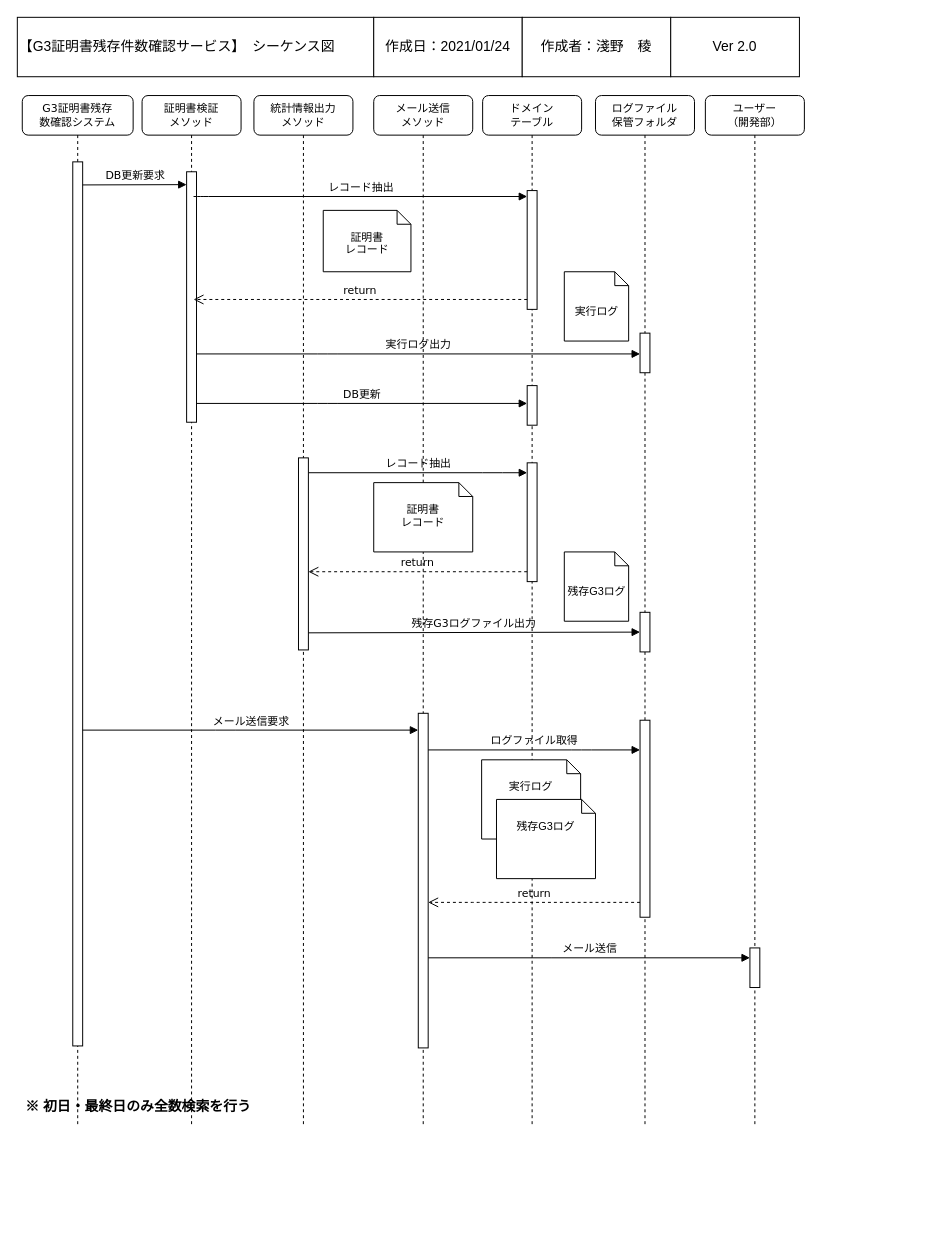
r-asano/kaihatsubuKenshu keeps this draw.io diagram as page "シーケンス図（定期実行）" (1 of 6) of UMLDiagram.drawio. Above is the earlier version. Source tidied: cells renumbered, new cells numbered last; positions are measured from the earlier drawing's top-left corner, leaving out a move shared by most shapes. Both pictures are drawn from the tidied source at 99%, with x=0, y=0 at pixel (17, 17).
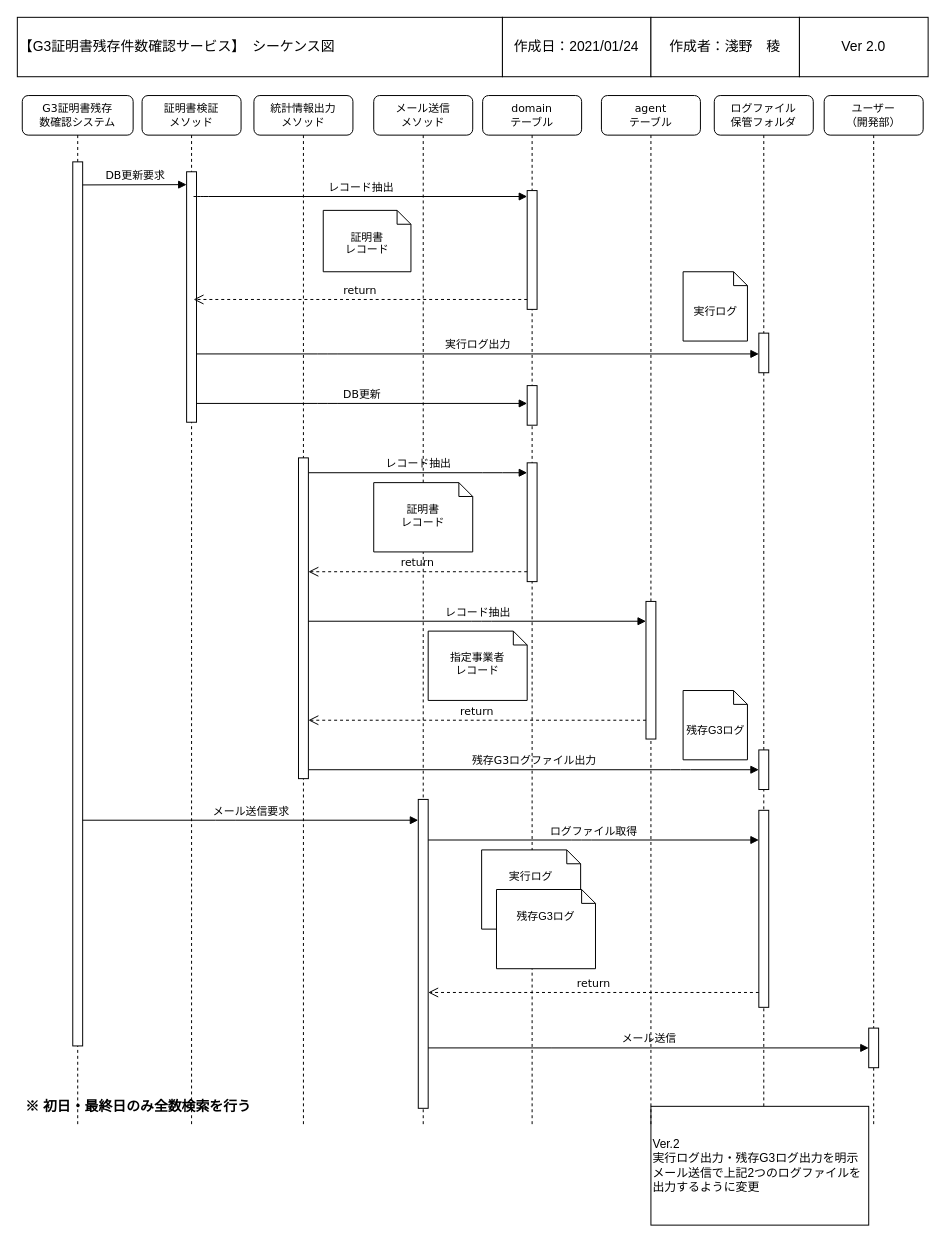
Above is the later version.

Unchanged cells that the change refers to:
```xml
<mxCell id="3" style="html=1;points=[];perimeter=orthogonalPerimeter;rounded=0;shadow=0;comic=0;labelBackgroundColor=none;strokeWidth=1;fontFamily=Verdana;fontSize=11;align=center;" parent="2" vertex="1">
  <mxGeometry x="51" y="67" width="10" height="893" as="geometry" />
</mxCell>
<mxCell id="8" value="&lt;div style=&quot;font-size: 11px&quot;&gt;メール送信&lt;/div&gt;&lt;div style=&quot;font-size: 11px&quot;&gt;メソッド&lt;br style=&quot;font-size: 11px&quot;&gt;&lt;/div&gt;" style="shape=umlLifeline;perimeter=lifelinePerimeter;whiteSpace=wrap;html=1;rounded=1;shadow=0;comic=0;labelBackgroundColor=none;strokeWidth=1;fontFamily=Verdana;fontSize=11;align=center;" parent="1" vertex="1">
  <mxGeometry x="360" y="79" width="100" height="1041" as="geometry" />
</mxCell>
<mxCell id="30" value="&lt;div style=&quot;font-size: 11px&quot;&gt;統計情報出力&lt;/div&gt;&lt;div style=&quot;font-size: 11px&quot;&gt;メソッド&lt;br style=&quot;font-size: 11px&quot;&gt;&lt;/div&gt;" style="shape=umlLifeline;perimeter=lifelinePerimeter;whiteSpace=wrap;html=1;rounded=1;shadow=0;comic=0;labelBackgroundColor=none;strokeWidth=1;fontFamily=Verdana;fontSize=11;align=center;" parent="1" vertex="1">
  <mxGeometry x="239" y="79" width="100" height="1041" as="geometry" />
</mxCell>
```

The edit, as a diff of the source:
```diff
@@
-    <mxCell id="6" value="&lt;div style=&quot;font-size: 11px&quot;&gt;ドメイン&lt;br style=&quot;font-size: 11px&quot;&gt;&lt;/div&gt;&lt;div style=&quot;font-size: 11px&quot;&gt;テーブル&lt;/div&gt;" style="shape=umlLifeline;perimeter=lifelinePerimeter;whiteSpace=wrap;html=1;rounded=1;shadow=0;comic=0;labelBackgroundColor=none;strokeWidth=1;fontFamily=Verdana;fontSize=11;align=center;" parent="1" vertex="1">
+    <mxCell id="6" value="&lt;div style=&quot;font-size: 11px&quot;&gt;domain&lt;br style=&quot;font-size: 11px&quot;&gt;&lt;/div&gt;&lt;div style=&quot;font-size: 11px&quot;&gt;テーブル&lt;/div&gt;" style="shape=umlLifeline;perimeter=lifelinePerimeter;whiteSpace=wrap;html=1;rounded=1;shadow=0;comic=0;labelBackgroundColor=none;strokeWidth=1;fontFamily=Verdana;fontSize=11;align=center;" parent="1" vertex="1">
       <mxGeometry x="470" y="79" width="100" height="1041" as="geometry" />
     </mxCell>
@@
     <mxCell id="9" style="html=1;points=[];perimeter=orthogonalPerimeter;rounded=0;shadow=0;comic=0;labelBackgroundColor=none;strokeWidth=1;fontFamily=Verdana;fontSize=11;align=center;" parent="8" vertex="1">
-      <mxGeometry x="45" y="624" width="10" height="338" as="geometry" />
+      <mxGeometry x="45" y="711" width="10" height="312" as="geometry" />
     </mxCell>
     <mxCell id="10" value="ログファイル&lt;br style=&quot;font-size: 11px&quot;&gt;保管フォルダ" style="shape=umlLifeline;perimeter=lifelinePerimeter;whiteSpace=wrap;html=1;rounded=1;shadow=0;comic=0;labelBackgroundColor=none;strokeWidth=1;fontFamily=Verdana;fontSize=11;align=center;" parent="1" vertex="1">
-      <mxGeometry x="584" y="79" width="100" height="1041" as="geometry" />
+      <mxGeometry x="704" y="79" width="100" height="1041" as="geometry" />
     </mxCell>
     <mxCell id="11" style="html=1;points=[];perimeter=orthogonalPerimeter;rounded=0;shadow=0;comic=0;labelBackgroundColor=none;strokeWidth=1;fontFamily=Verdana;fontSize=11;align=center;" parent="10" vertex="1">
-      <mxGeometry x="45" y="522" width="10" height="40" as="geometry" />
+      <mxGeometry x="45" y="661" width="10" height="40" as="geometry" />
     </mxCell>
     <mxCell id="12" style="html=1;points=[];perimeter=orthogonalPerimeter;rounded=0;shadow=0;comic=0;labelBackgroundColor=none;strokeWidth=1;fontFamily=Verdana;fontSize=11;align=center;" parent="10" vertex="1">
-      <mxGeometry x="45" y="631" width="10" height="199" as="geometry" />
+      <mxGeometry x="45" y="722" width="10" height="199" as="geometry" />
     </mxCell>
     <mxCell id="13" value="&lt;div style=&quot;font-size: 11px&quot;&gt;ユーザー&lt;/div&gt;&lt;div style=&quot;font-size: 11px&quot;&gt;（開発部）&lt;br style=&quot;font-size: 11px&quot;&gt;&lt;/div&gt;" style="shape=umlLifeline;perimeter=lifelinePerimeter;whiteSpace=wrap;html=1;rounded=1;shadow=0;comic=0;labelBackgroundColor=none;strokeWidth=1;fontFamily=Verdana;fontSize=11;align=center;" parent="1" vertex="1">
-      <mxGeometry x="695" y="79" width="100" height="1041" as="geometry" />
+      <mxGeometry x="815" y="79" width="100" height="1041" as="geometry" />
     </mxCell>
     <mxCell id="14" style="html=1;points=[];perimeter=orthogonalPerimeter;rounded=0;shadow=0;comic=0;labelBackgroundColor=none;strokeWidth=1;fontFamily=Verdana;fontSize=11;align=center;" parent="13" vertex="1">
-      <mxGeometry x="45" y="861" width="10" height="40" as="geometry" />
+      <mxGeometry x="45" y="942" width="10" height="40" as="geometry" />
     </mxCell>
@@
-    <mxCell id="20" value="残存G3ログファイル出力" style="html=1;verticalAlign=bottom;endArrow=block;labelBackgroundColor=none;fontFamily=Verdana;fontSize=11;edgeStyle=elbowEdgeStyle;elbow=vertical;exitX=0.862;exitY=0.911;exitDx=0;exitDy=0;exitPerimeter=0;" parent="1" edge="1" source="31" target="11">
+    <mxCell id="20" value="残存G3ログファイル出力" style="html=1;verticalAlign=bottom;endArrow=block;labelBackgroundColor=none;fontFamily=Verdana;fontSize=11;edgeStyle=elbowEdgeStyle;elbow=vertical;" parent="1" edge="1" source="31" target="11">
       <mxGeometry relative="1" as="geometry">
         <Array as="points">
+          <mxPoint x="670" y="760" />
+          <mxPoint x="600" y="740" />
+          <mxPoint x="590" y="720" />
+          <mxPoint x="630" y="679" />
+          <mxPoint x="460" y="660" />
           <mxPoint x="350" y="621" />
           <mxPoint x="335" y="615" />
         </Array>
       </mxGeometry>
     </mxCell>
-    <mxCell id="21" value="ログファイル取得" style="html=1;verticalAlign=bottom;endArrow=block;labelBackgroundColor=none;fontFamily=Verdana;fontSize=11;edgeStyle=elbowEdgeStyle;elbow=vertical;" parent="1" edge="1" source="9" target="12">
+    <mxCell id="21" value="ログファイル取得" style="html=1;verticalAlign=bottom;endArrow=block;labelBackgroundColor=none;fontFamily=Verdana;fontSize=11;edgeStyle=elbowEdgeStyle;elbow=vertical;" parent="1" edge="1" target="12">
       <mxGeometry relative="1" as="geometry">
+        <mxPoint x="415" y="831" as="sourcePoint" />
         <Array as="points">
-          <mxPoint x="570" y="740" />
-          <mxPoint x="460" y="670" />
-          <mxPoint x="470" y="740" />
+          <mxPoint x="570" y="831" />
+          <mxPoint x="460" y="761" />
+          <mxPoint x="470" y="831" />
         </Array>
       </mxGeometry>
     </mxCell>
-    <mxCell id="22" value="return" style="html=1;verticalAlign=bottom;endArrow=open;dashed=1;endSize=8;labelBackgroundColor=none;fontFamily=Verdana;fontSize=11;edgeStyle=elbowEdgeStyle;elbow=vertical;" parent="1" edge="1">
+    <mxCell id="22" value="return" style="html=1;verticalAlign=bottom;endArrow=open;dashed=1;endSize=8;labelBackgroundColor=none;fontFamily=Verdana;fontSize=11;edgeStyle=elbowEdgeStyle;elbow=vertical;" parent="1" edge="1" source="12">
       <mxGeometry relative="1" as="geometry">
-        <mxPoint x="629" y="894" as="sourcePoint" />
-        <mxPoint x="415" y="894" as="targetPoint" />
+        <mxPoint x="415" y="985" as="targetPoint" />
         <Array as="points">
-          <mxPoint x="470" y="894" />
-          <mxPoint x="460" y="864" />
-          <mxPoint x="509" y="843" />
-          <mxPoint x="509" y="833" />
-          <mxPoint x="539" y="833" />
+          <mxPoint x="470" y="985" />
+          <mxPoint x="460" y="955" />
+          <mxPoint x="509" y="934" />
+          <mxPoint x="509" y="924" />
+          <mxPoint x="539" y="924" />
         </Array>
       </mxGeometry>
     </mxCell>
     <mxCell id="23" value="&lt;div style=&quot;font-size: 11px&quot; align=&quot;center&quot;&gt;実行ログ&lt;/div&gt;" style="shape=note2;boundedLbl=1;whiteSpace=wrap;html=1;size=14;verticalAlign=top;align=center;fontSize=11;" parent="1" vertex="1">
-      <mxGeometry x="469" y="750" width="100" height="80" as="geometry" />
+      <mxGeometry x="469" y="841" width="100" height="80" as="geometry" />
     </mxCell>
@@
     <mxCell id="29" value="残存G3ログ" style="shape=note2;boundedLbl=1;whiteSpace=wrap;html=1;size=14;verticalAlign=top;align=center;fontSize=11;" parent="1" vertex="1">
-      <mxGeometry x="484" y="790" width="100" height="80" as="geometry" />
+      <mxGeometry x="484" y="881" width="100" height="80" as="geometry" />
     </mxCell>
@@
     <mxCell id="31" style="html=1;points=[];perimeter=orthogonalPerimeter;rounded=0;shadow=0;comic=0;labelBackgroundColor=none;strokeWidth=1;fontFamily=Verdana;fontSize=11;align=center;" parent="30" vertex="1">
-      <mxGeometry x="45" y="366" width="10" height="194" as="geometry" />
+      <mxGeometry x="45" y="366" width="10" height="324" as="geometry" />
     </mxCell>
-    <mxCell id="32" value="メール送信" style="html=1;verticalAlign=bottom;endArrow=block;labelBackgroundColor=none;fontFamily=Verdana;fontSize=11;edgeStyle=elbowEdgeStyle;elbow=vertical;" parent="1" edge="1" source="9" target="14">
+    <mxCell id="32" value="メール送信" style="html=1;verticalAlign=bottom;endArrow=block;labelBackgroundColor=none;fontFamily=Verdana;fontSize=11;edgeStyle=elbowEdgeStyle;elbow=vertical;" parent="1" edge="1" target="14">
       <mxGeometry relative="1" as="geometry">
+        <mxPoint x="415" y="1041" as="sourcePoint" />
         <Array as="points">
-          <mxPoint x="530" y="950" />
-          <mxPoint x="600" y="930" />
-          <mxPoint x="570" y="900" />
+          <mxPoint x="530" y="1041" />
+          <mxPoint x="600" y="1021" />
+          <mxPoint x="570" y="991" />
         </Array>
       </mxGeometry>
     </mxCell>
-    <mxCell id="33" value="メール送信要求" style="html=1;verticalAlign=bottom;endArrow=block;labelBackgroundColor=none;fontFamily=Verdana;fontSize=11;edgeStyle=elbowEdgeStyle;elbow=vertical;" parent="1" edge="1" source="3" target="9">
+    <mxCell id="33" value="メール送信要求" style="html=1;verticalAlign=bottom;endArrow=block;labelBackgroundColor=none;fontFamily=Verdana;fontSize=11;edgeStyle=elbowEdgeStyle;elbow=vertical;" parent="1" edge="1">
       <mxGeometry relative="1" as="geometry">
+        <mxPoint x="66" y="811" as="sourcePoint" />
+        <mxPoint x="405" y="811" as="targetPoint" />
         <Array as="points">
-          <mxPoint x="210" y="720" />
-          <mxPoint x="209" y="673" />
+          <mxPoint x="210" y="811" />
+          <mxPoint x="209" y="764" />
         </Array>
       </mxGeometry>
     </mxCell>
     <mxCell id="34" value="&lt;div style=&quot;font-size: 14px&quot; align=&quot;left&quot;&gt;&lt;font style=&quot;font-size: 14px&quot;&gt;【G3証明書残存件数確認サービス】　シーケンス図&lt;/font&gt;&lt;/div&gt;" style="rounded=0;whiteSpace=wrap;html=1;align=left;fontSize=14;" parent="1" vertex="1">
-      <mxGeometry width="360" height="60" as="geometry" />
+      <mxGeometry width="490" height="60" as="geometry" />
     </mxCell>
     <mxCell id="35" value="&lt;font style=&quot;font-size: 14px&quot;&gt;作成日：2021/01/24&lt;/font&gt;" style="rounded=0;whiteSpace=wrap;html=1;fontSize=14;" parent="1" vertex="1">
-      <mxGeometry x="360" width="150" height="60" as="geometry" />
+      <mxGeometry x="490" width="150" height="60" as="geometry" />
     </mxCell>
     <mxCell id="36" value="&lt;font style=&quot;font-size: 14px;&quot;&gt;作成者：淺野　稜&lt;/font&gt;" style="rounded=0;whiteSpace=wrap;html=1;fontSize=14;" parent="1" vertex="1">
-      <mxGeometry x="510" width="150" height="60" as="geometry" />
+      <mxGeometry x="640" width="150" height="60" as="geometry" />
     </mxCell>
     <mxCell id="37" value="&lt;font style=&quot;font-size: 14px&quot;&gt;Ver 2.0&lt;/font&gt;" style="rounded=0;whiteSpace=wrap;html=1;fontSize=14;" parent="1" vertex="1">
-      <mxGeometry x="660" width="130" height="60" as="geometry" />
+      <mxGeometry x="790" width="130" height="60" as="geometry" />
     </mxCell>
@@
     <mxCell id="40" style="html=1;points=[];perimeter=orthogonalPerimeter;rounded=0;shadow=0;comic=0;labelBackgroundColor=none;strokeWidth=1;fontFamily=Verdana;fontSize=11;align=center;" parent="1" vertex="1">
-      <mxGeometry x="629" y="319" width="10" height="40" as="geometry" />
+      <mxGeometry x="749" y="319" width="10" height="40" as="geometry" />
     </mxCell>
     <mxCell id="41" value="&lt;div style=&quot;font-size: 11px&quot; align=&quot;center&quot;&gt;&lt;br&gt;&lt;/div&gt;&lt;div style=&quot;font-size: 11px&quot; align=&quot;center&quot;&gt;実行ログ&lt;/div&gt;" style="shape=note2;boundedLbl=1;whiteSpace=wrap;html=1;size=14;verticalAlign=top;align=center;fontSize=11;" parent="1" vertex="1">
-      <mxGeometry x="552.5" y="257" width="65" height="70" as="geometry" />
+      <mxGeometry x="672.5" y="257" width="65" height="70" as="geometry" />
     </mxCell>
     <mxCell id="42" value="&lt;div style=&quot;font-size: 11px&quot; align=&quot;center&quot;&gt;&lt;br&gt;&lt;/div&gt;&lt;div style=&quot;font-size: 11px&quot; align=&quot;center&quot;&gt;残存G3ログ&lt;/div&gt;" style="shape=note2;boundedLbl=1;whiteSpace=wrap;html=1;size=14;verticalAlign=top;align=center;fontSize=11;" parent="1" vertex="1">
-      <mxGeometry x="552.5" y="540" width="65" height="70" as="geometry" />
+      <mxGeometry x="672.5" y="680" width="65" height="70" as="geometry" />
     </mxCell>
+    <mxCell id="43" value="&lt;div align=&quot;left&quot;&gt;Ver.2&lt;/div&gt;&lt;div&gt;実行ログ出力・残存G3ログ出力を明示&lt;/div&gt;&lt;div&gt;メール送信で上記2つのログファイルを出力するように変更&lt;/div&gt;" style="rounded=0;whiteSpace=wrap;html=1;align=left;" parent="1" vertex="1">
+      <mxGeometry x="640" y="1100" width="220" height="120" as="geometry" />
+    </mxCell>
+    <mxCell id="44" value="&lt;div&gt;agent&lt;/div&gt;&lt;div&gt;テーブル&lt;br&gt;&lt;/div&gt;" style="shape=umlLifeline;perimeter=lifelinePerimeter;whiteSpace=wrap;html=1;rounded=1;shadow=0;comic=0;labelBackgroundColor=none;strokeWidth=1;fontFamily=Verdana;fontSize=11;align=center;" parent="1" vertex="1">
+      <mxGeometry x="590" y="79" width="100" height="1041" as="geometry" />
+    </mxCell>
+    <mxCell id="45" style="html=1;points=[];perimeter=orthogonalPerimeter;rounded=0;shadow=0;comic=0;labelBackgroundColor=none;strokeWidth=1;fontFamily=Verdana;fontSize=11;align=center;" parent="44" vertex="1">
+      <mxGeometry x="45" y="511" width="10" height="139" as="geometry" />
+    </mxCell>
+    <mxCell id="46" value="レコード抽出" style="html=1;verticalAlign=bottom;endArrow=block;labelBackgroundColor=none;fontFamily=Verdana;fontSize=11;edgeStyle=elbowEdgeStyle;elbow=vertical;" parent="1" edge="1" source="31" target="45">
+      <mxGeometry relative="1" as="geometry">
+        <Array as="points">
+          <mxPoint x="469" y="610" />
+        </Array>
+      </mxGeometry>
+    </mxCell>
+    <mxCell id="47" value="return" style="html=1;verticalAlign=bottom;endArrow=open;dashed=1;endSize=8;labelBackgroundColor=none;fontFamily=Verdana;fontSize=11;edgeStyle=elbowEdgeStyle;elbow=vertical;" parent="1" edge="1" source="45" target="31">
+      <mxGeometry relative="1" as="geometry">
+        <Array as="points">
+          <mxPoint x="570" y="710" />
+          <mxPoint x="550" y="700" />
+          <mxPoint x="540" y="670" />
+          <mxPoint x="460" y="660" />
+          <mxPoint x="295" y="660" />
+          <mxPoint x="295" y="650" />
+          <mxPoint x="325" y="650" />
+        </Array>
+      </mxGeometry>
+    </mxCell>
+    <mxCell id="48" value="指定事業者&lt;br&gt;&lt;div style=&quot;font-size: 11px&quot;&gt;レコード&lt;/div&gt;" style="shape=note2;boundedLbl=1;whiteSpace=wrap;html=1;size=14;verticalAlign=top;align=center;fontSize=11;" parent="1" vertex="1">
+      <mxGeometry x="415" y="620" width="100" height="70" as="geometry" />
+    </mxCell>
```
